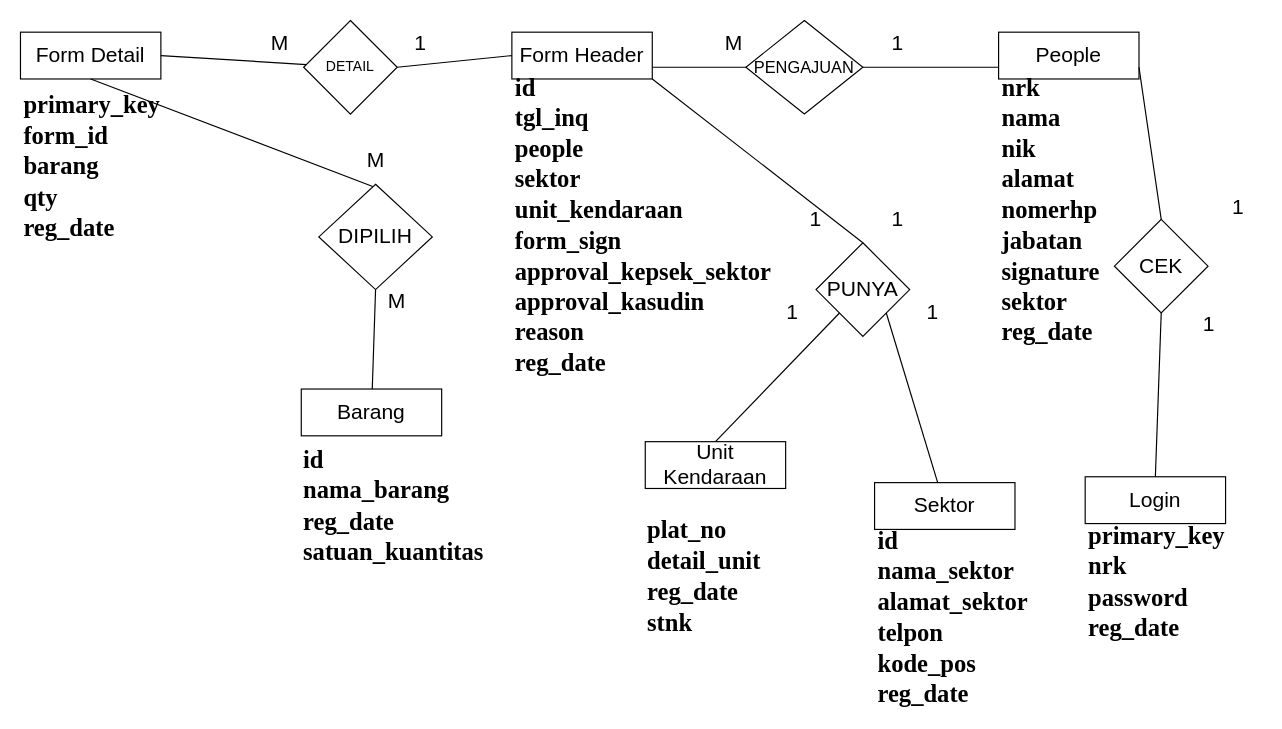
Above: Untitled Diagram.drawio in mhmmdihza/kkpbl (draw.io), before the change. Source tidied: cells renumbered, new cells numbered last; positions are measured from the earlier drawing's top-left corner, leaving out a move shared by most shapes. Both pictures are drawn from the tidied source at 117%, with x=0, y=0 at pixel (20, 20).
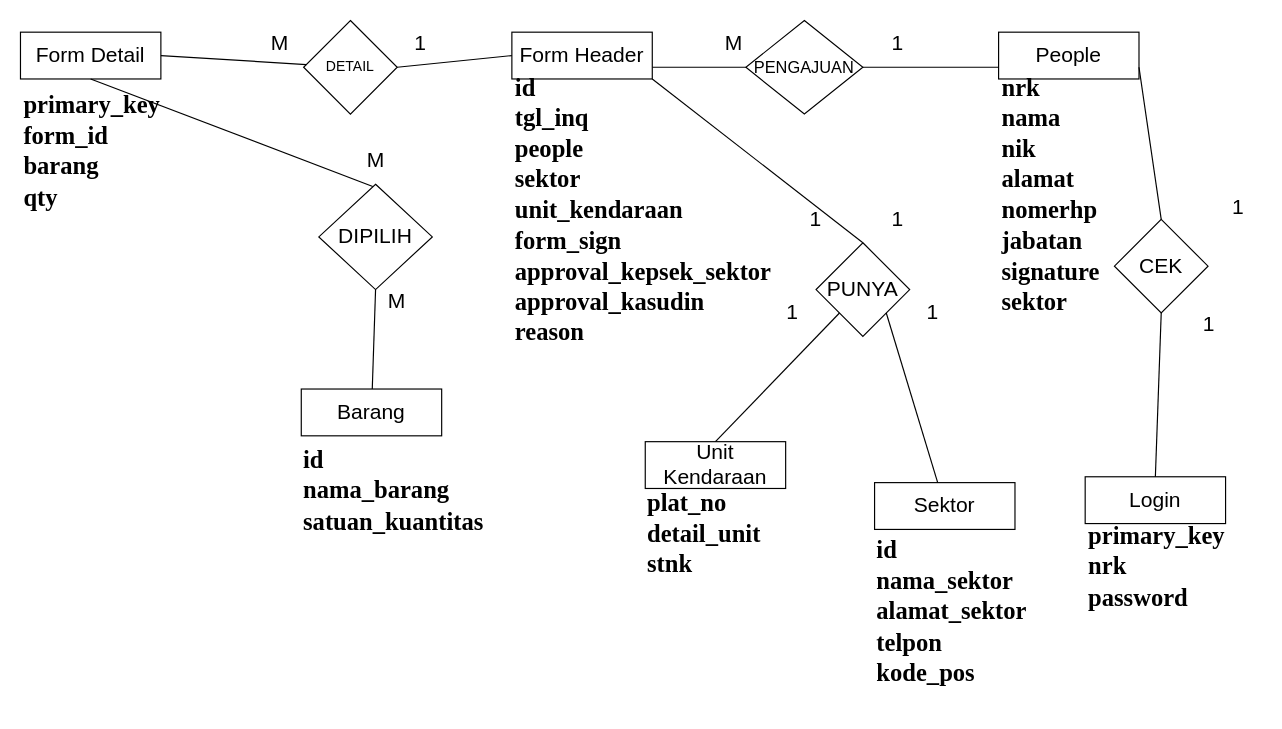
The same page after the edit.

Change to the diagram source:
```diff
@@
-    <mxCell id="37" value="&lt;font face=&quot;times new roman, serif&quot;&gt;&lt;b&gt;&lt;font style=&quot;font-size: 21px&quot;&gt;nrk&lt;br&gt;nama&lt;br&gt;nik&lt;br&gt;alamat&lt;br&gt;nomerhp&lt;br&gt;jabatan&lt;br&gt;signature&lt;br&gt;sektor&lt;br&gt;reg_date&lt;br&gt;&lt;/font&gt;&lt;br&gt;&lt;/b&gt;&lt;/font&gt;" style="text;html=1;strokeColor=none;fillColor=none;align=left;verticalAlign=middle;whiteSpace=wrap;rounded=0;fontSize=21;" parent="1" vertex="1">
+    <mxCell id="37" value="&lt;font face=&quot;times new roman, serif&quot;&gt;&lt;b&gt;&lt;font style=&quot;font-size: 21px&quot;&gt;nrk&lt;br&gt;nama&lt;br&gt;nik&lt;br&gt;alamat&lt;br&gt;nomerhp&lt;br&gt;jabatan&lt;br&gt;signature&lt;br&gt;sektor&lt;br&gt;&lt;br&gt;&lt;/font&gt;&lt;br&gt;&lt;/b&gt;&lt;/font&gt;" style="text;html=1;strokeColor=none;fillColor=none;align=left;verticalAlign=middle;whiteSpace=wrap;rounded=0;fontSize=21;" parent="1" vertex="1">
       <mxGeometry x="836.5" y="100" width="119" height="150" as="geometry" />
     </mxCell>
-    <mxCell id="38" value="&lt;font face=&quot;times new roman, serif&quot;&gt;&lt;b&gt;primary_key&lt;br&gt;nrk&lt;br&gt;password&lt;br&gt;reg_date&lt;br&gt;&lt;/b&gt;&lt;/font&gt;" style="text;html=1;strokeColor=none;fillColor=none;align=left;verticalAlign=middle;whiteSpace=wrap;rounded=0;fontSize=21;" parent="1" vertex="1">
+    <mxCell id="38" value="&lt;font face=&quot;times new roman, serif&quot;&gt;&lt;b&gt;primary_key&lt;br&gt;nrk&lt;br&gt;password&lt;br&gt;&lt;br&gt;&lt;/b&gt;&lt;/font&gt;" style="text;html=1;strokeColor=none;fillColor=none;align=left;verticalAlign=middle;whiteSpace=wrap;rounded=0;fontSize=21;" parent="1" vertex="1">
       <mxGeometry x="911" y="405" width="119" height="150" as="geometry" />
     </mxCell>
-    <mxCell id="39" value="&lt;font face=&quot;times new roman, serif&quot;&gt;&lt;b&gt;id&lt;br&gt;nama_sektor&lt;br&gt;alamat_sektor&lt;br&gt;telpon&lt;br&gt;kode_pos&lt;br&gt;reg_date&lt;br&gt;&lt;/b&gt;&lt;/font&gt;" style="text;html=1;strokeColor=none;fillColor=none;align=left;verticalAlign=middle;whiteSpace=wrap;rounded=0;fontSize=21;" parent="1" vertex="1">
-      <mxGeometry x="731" y="435" width="119" height="150" as="geometry" />
+    <mxCell id="39" value="&lt;font face=&quot;times new roman, serif&quot;&gt;&lt;b&gt;id&lt;br&gt;nama_sektor&lt;br&gt;alamat_sektor&lt;br&gt;telpon&lt;br&gt;kode_pos&lt;br&gt;&lt;/b&gt;&lt;/font&gt;" style="text;html=1;strokeColor=none;fillColor=none;align=left;verticalAlign=middle;whiteSpace=wrap;rounded=0;fontSize=21;" parent="1" vertex="1">
+      <mxGeometry x="730" y="430" width="119" height="150" as="geometry" />
     </mxCell>
-    <mxCell id="40" value="&lt;font face=&quot;times new roman, serif&quot;&gt;&lt;b&gt;id&lt;br&gt;tgl_inq&lt;br&gt;people&lt;br&gt;sektor&lt;br&gt;unit_kendaraan&lt;br&gt;form_sign&lt;br&gt;approval_kepsek_sektor&lt;br&gt;approval_kasudin&lt;br&gt;reason&lt;br&gt;reg_date&lt;br&gt;&lt;/b&gt;&lt;/font&gt;" style="text;html=1;strokeColor=none;fillColor=none;align=left;verticalAlign=middle;whiteSpace=wrap;rounded=0;fontSize=21;" parent="1" vertex="1">
+    <mxCell id="40" value="&lt;font face=&quot;times new roman, serif&quot;&gt;&lt;b&gt;id&lt;br&gt;tgl_inq&lt;br&gt;people&lt;br&gt;sektor&lt;br&gt;unit_kendaraan&lt;br&gt;form_sign&lt;br&gt;approval_kepsek_sektor&lt;br&gt;approval_kasudin&lt;br&gt;reason&lt;br&gt;&lt;br&gt;&lt;/b&gt;&lt;/font&gt;" style="text;html=1;strokeColor=none;fillColor=none;align=left;verticalAlign=middle;whiteSpace=wrap;rounded=0;fontSize=21;" parent="1" vertex="1">
       <mxGeometry x="421" y="100" width="119" height="150" as="geometry" />
     </mxCell>
-    <mxCell id="41" value="&lt;font face=&quot;times new roman, serif&quot;&gt;&lt;b&gt;plat_no&lt;br&gt;detail_unit&lt;br&gt;reg_date&lt;br&gt;stnk&lt;br&gt;&lt;/b&gt;&lt;/font&gt;" style="text;html=1;strokeColor=none;fillColor=none;align=left;verticalAlign=middle;whiteSpace=wrap;rounded=0;fontSize=21;" parent="1" vertex="1">
-      <mxGeometry x="534" y="400" width="119" height="150" as="geometry" />
+    <mxCell id="41" value="&lt;font face=&quot;times new roman, serif&quot;&gt;&lt;b&gt;plat_no&lt;br&gt;detail_unit&lt;br&gt;stnk&lt;br&gt;&lt;br&gt;&lt;br&gt;&lt;/b&gt;&lt;/font&gt;" style="text;html=1;strokeColor=none;fillColor=none;align=left;verticalAlign=middle;whiteSpace=wrap;rounded=0;fontSize=21;" parent="1" vertex="1">
+      <mxGeometry x="534" y="400" width="116" height="130" as="geometry" />
     </mxCell>
-    <mxCell id="42" value="&lt;font face=&quot;times new roman, serif&quot;&gt;&lt;b&gt;primary_key&lt;br&gt;form_id&lt;br&gt;barang&lt;br&gt;qty&lt;br&gt;reg_date&lt;br&gt;&lt;/b&gt;&lt;/font&gt;" style="text;html=1;strokeColor=none;fillColor=none;align=left;verticalAlign=middle;whiteSpace=wrap;rounded=0;fontSize=21;" parent="1" vertex="1">
+    <mxCell id="42" value="&lt;font face=&quot;times new roman, serif&quot;&gt;&lt;b&gt;primary_key&lt;br&gt;form_id&lt;br&gt;barang&lt;br&gt;qty&lt;br&gt;&lt;br&gt;&lt;/b&gt;&lt;/font&gt;" style="text;html=1;strokeColor=none;fillColor=none;align=left;verticalAlign=middle;whiteSpace=wrap;rounded=0;fontSize=21;" parent="1" vertex="1">
       <mxGeometry x="0.5" y="50" width="119" height="150" as="geometry" />
     </mxCell>
-    <mxCell id="43" value="&lt;font face=&quot;times new roman, serif&quot;&gt;&lt;b&gt;id&lt;br&gt;nama_barang&lt;br&gt;reg_date&lt;br&gt;satuan_kuantitas&lt;br&gt;&lt;/b&gt;&lt;/font&gt;" style="text;html=1;strokeColor=none;fillColor=none;align=left;verticalAlign=middle;whiteSpace=wrap;rounded=0;fontSize=21;" parent="1" vertex="1">
+    <mxCell id="43" value="&lt;font face=&quot;times new roman, serif&quot;&gt;&lt;b&gt;id&lt;br&gt;nama_barang&lt;br&gt;satuan_kuantitas&lt;br&gt;&lt;br&gt;&lt;/b&gt;&lt;/font&gt;" style="text;html=1;strokeColor=none;fillColor=none;align=left;verticalAlign=middle;whiteSpace=wrap;rounded=0;fontSize=21;" parent="1" vertex="1">
       <mxGeometry x="240" y="340" width="119" height="150" as="geometry" />
     </mxCell>
```
